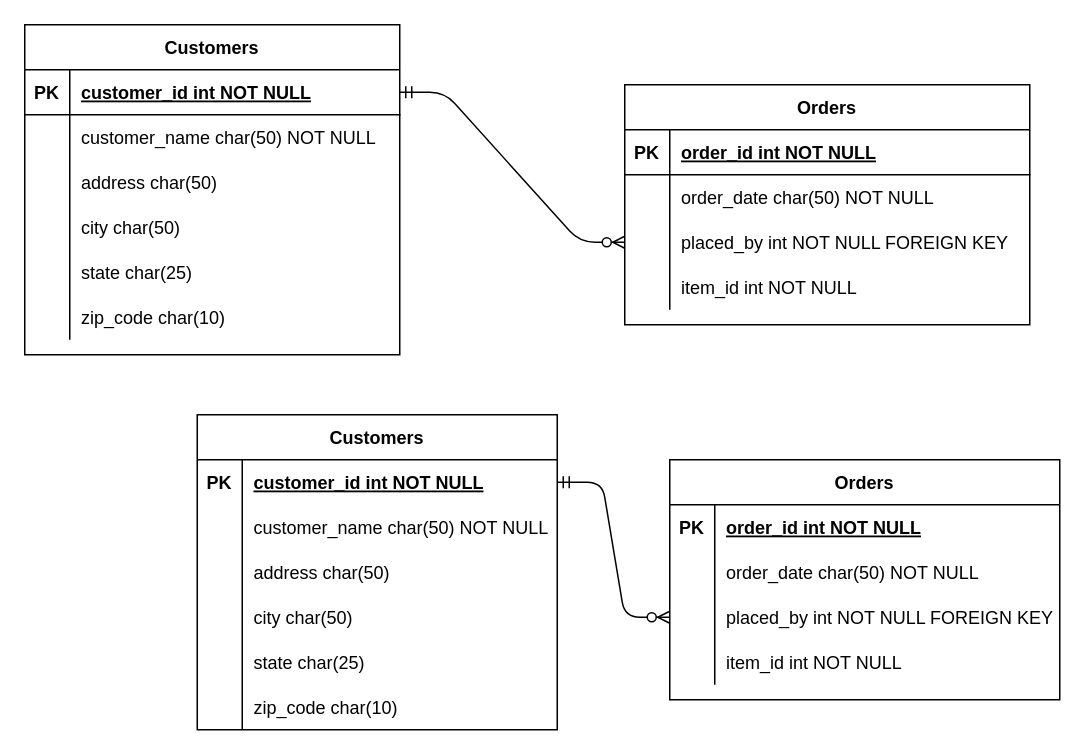
Above: Untitled Diagram.drawio in AustinSkrobar/311_wk6_day1_er (draw.io), before the change. Source tidied: cells renumbered, new cells numbered last; positions are measured from the earlier drawing's top-left corner, leaving out a move shared by most shapes. Both pictures are drawn from the tidied source at 150%, with x=0, y=0 at pixel (24, 24).
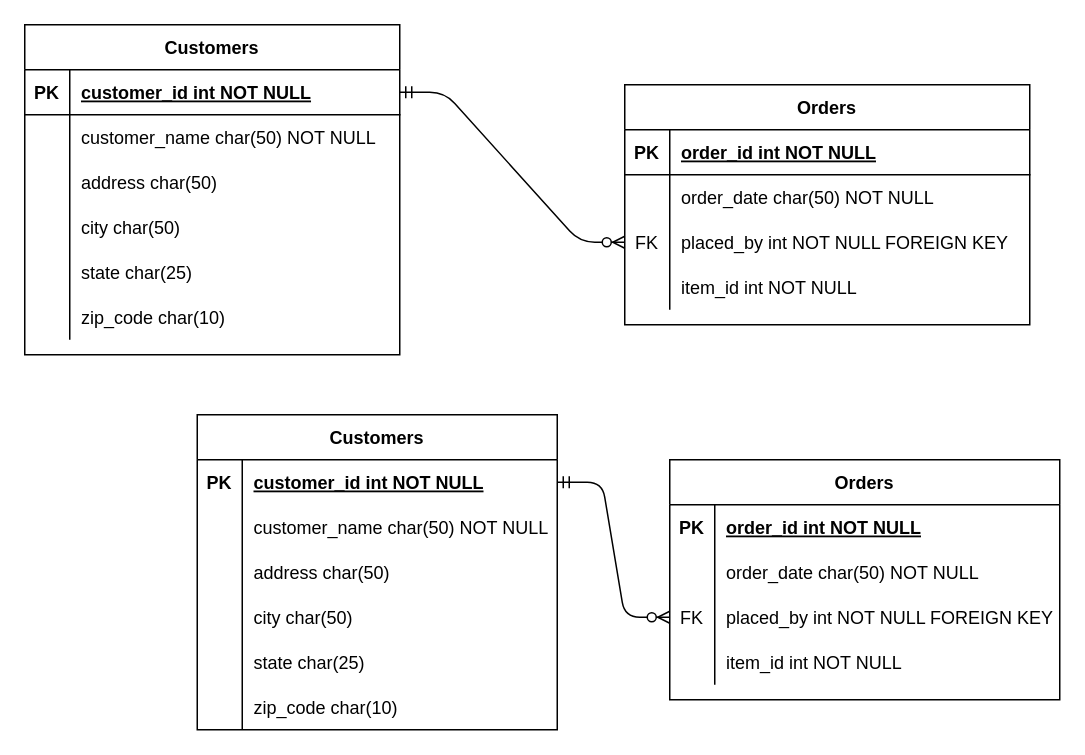
The same diagram, later.

The change refers to these unchanged cells:
```xml
<mxCell id="28" style="shape=partialRectangle;fillColor=none;top=0;left=0;bottom=0;right=0;points=[[0,0.5],[1,0.5]];portConstraint=eastwest;" parent="21" vertex="1">
  <mxGeometry y="90" width="260" height="30" as="geometry" />
</mxCell>
<mxCell id="42" style="shape=partialRectangle;fillColor=none;points=[[0,0.5],[1,0.5]];portConstraint=eastwest;top=0;left=0;right=0;bottom=0;" parent="35" vertex="1">
  <mxGeometry y="90" width="270" height="30" as="geometry" />
</mxCell>
```

The edit, as a diff of the source:
```diff
@@
-    <mxCell id="29" style="shape=partialRectangle;fillColor=none;top=0;left=0;bottom=0;right=0;overflow=hidden;" parent="28" vertex="1">
+    <mxCell id="29" value="FK" style="shape=partialRectangle;fillColor=none;top=0;left=0;bottom=0;right=0;overflow=hidden;" parent="28" vertex="1">
       <mxGeometry width="30" height="30" as="geometry" />
     </mxCell>
@@
-    <mxCell id="43" style="shape=partialRectangle;overflow=hidden;fillColor=none;top=0;left=0;bottom=0;right=0;" parent="42" vertex="1">
+    <mxCell id="43" value="FK" style="shape=partialRectangle;overflow=hidden;fillColor=none;top=0;left=0;bottom=0;right=0;" parent="42" vertex="1">
       <mxGeometry width="30" height="30" as="geometry" />
     </mxCell>
```
